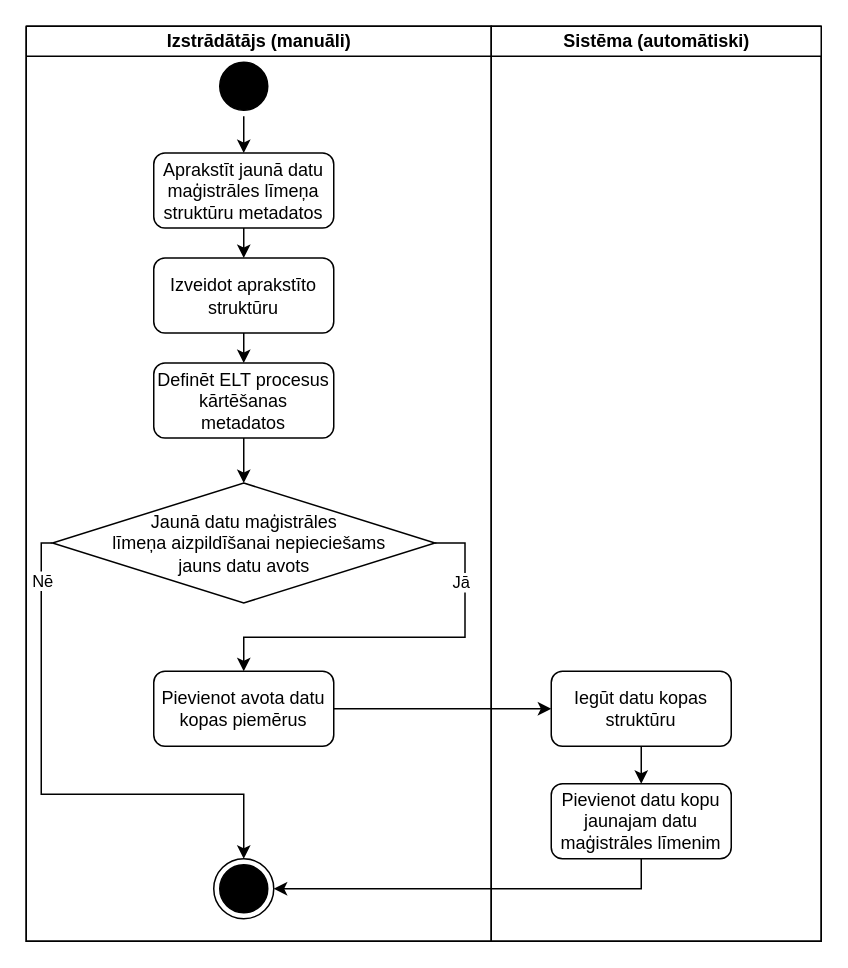
Earlier version of the draw.io diagram page "dhl_addition" (1 of 6) of schema/scenario/di_addition.drawio (lllauma/heterogeneous-data-integration). Source tidied: cells renumbered, new cells numbered last; positions are measured from the earlier drawing's top-left corner, leaving out a move shared by most shapes. Both pictures are drawn from the tidied source at 150%, with x=0, y=0 at pixel (26, 26).
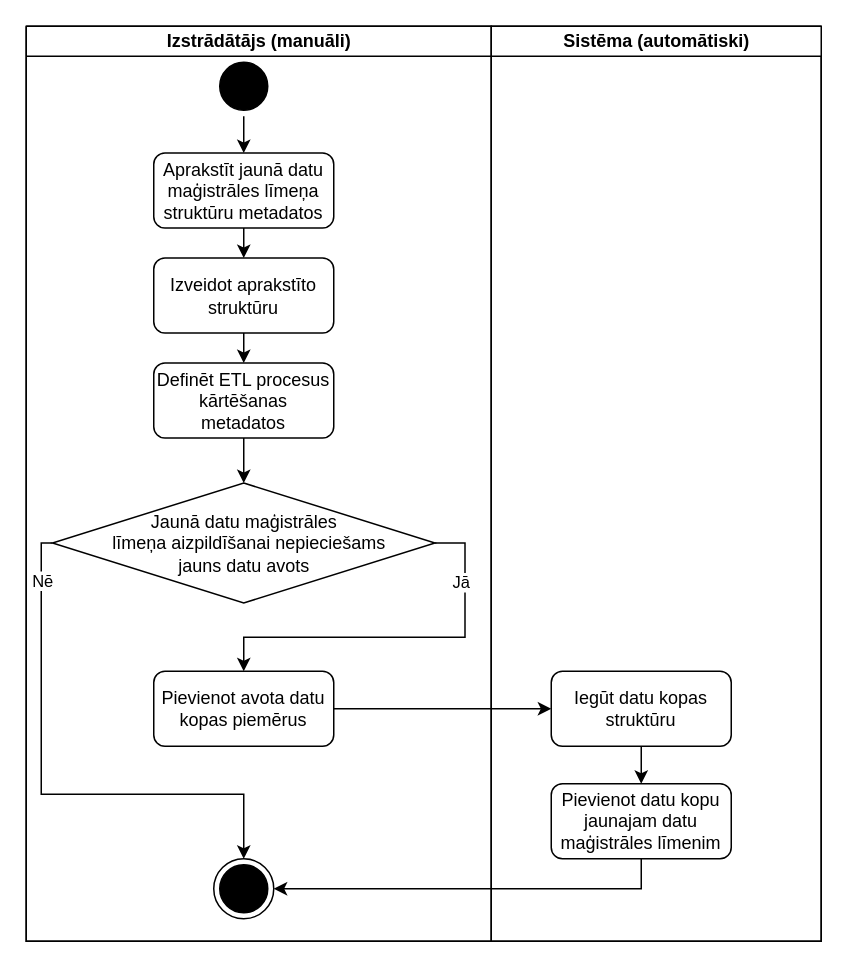
The same diagram, later.

The change refers to these unchanged cells:
```xml
<mxCell id="3" value="Izstrādātājs (manuāli)" style="swimlane;html=1;startSize=20;" parent="2" vertex="1">
  <mxGeometry width="310" height="610" as="geometry" />
</mxCell>
```

Change to the diagram source:
```diff
@@
-    <mxCell id="11" value="Definēt ELT procesus kārtēšanas metadatos" style="rounded=1;whiteSpace=wrap;html=1;strokeColor=#000000;" parent="3" vertex="1">
+    <mxCell id="11" value="Definēt ETL procesus kārtēšanas metadatos" style="rounded=1;whiteSpace=wrap;html=1;strokeColor=#000000;" parent="3" vertex="1">
       <mxGeometry x="85" y="224.5" width="120" height="50" as="geometry" />
     </mxCell>
```
